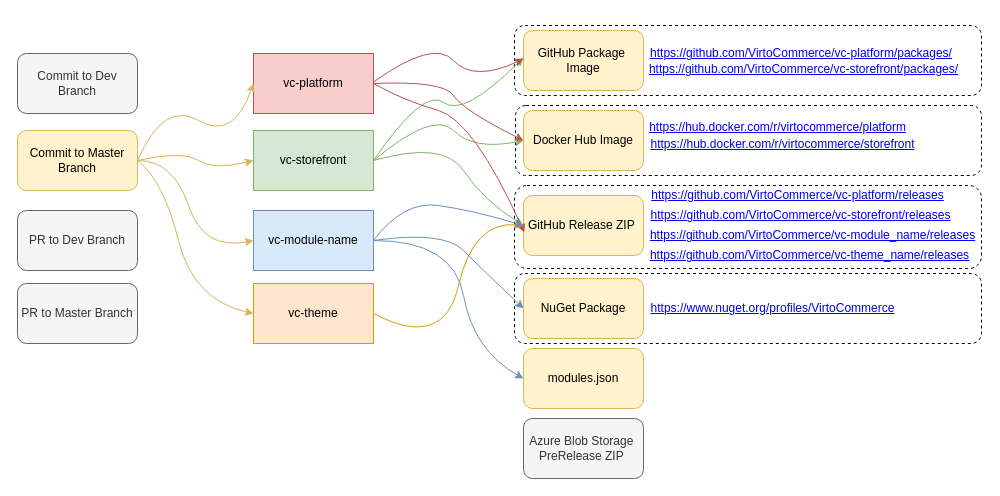
The draw.io diagram page "Release-Flow" (2 of 7) of docs/media/GitHub-Actions-flows.drawio in VirtoCommerce/vc-github-actions, before the edit. Source tidied: cells renumbered, new cells numbered last; positions are measured from the earlier drawing's top-left corner, leaving out a move shared by most shapes. Both pictures are drawn from the tidied source at 100%, with x=0, y=0 at pixel (17, 25).
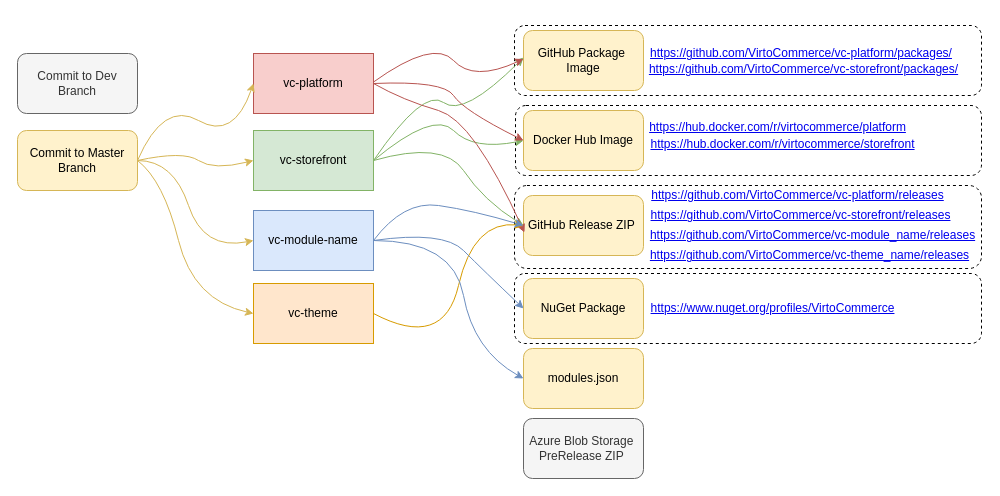
The same diagram, later.

Change to the diagram source:
```diff
@@
-    <mxCell id="30" value="PR to Dev Branch" style="rounded=1;whiteSpace=wrap;html=1;fillColor=#f5f5f5;strokeColor=#666666;fontColor=#333333;" parent="1" vertex="1">
-      <mxGeometry y="185" width="120" height="60" as="geometry" />
-    </mxCell>
-    <mxCell id="31" value="PR to Master Branch" style="rounded=1;whiteSpace=wrap;html=1;fillColor=#f5f5f5;strokeColor=#666666;fontColor=#333333;" parent="1" vertex="1">
-      <mxGeometry y="258" width="120" height="60" as="geometry" />
-    </mxCell>
```
